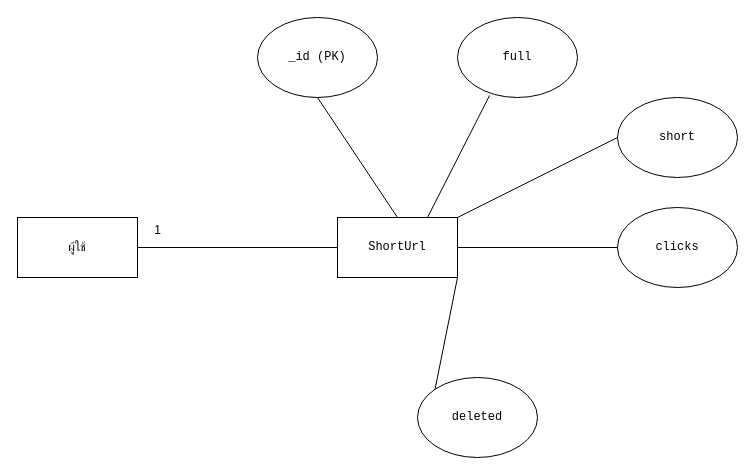
steamer2544/urlshortener keeps this draw.io diagram as Untitled Diagram.drawio. Above is the earlier version. Source tidied: cells renumbered, new cells numbered last; positions are measured from the earlier drawing's top-left corner, leaving out a move shared by most shapes. Both pictures are drawn from the tidied source at 100%, with x=0, y=0 at pixel (17, 17).
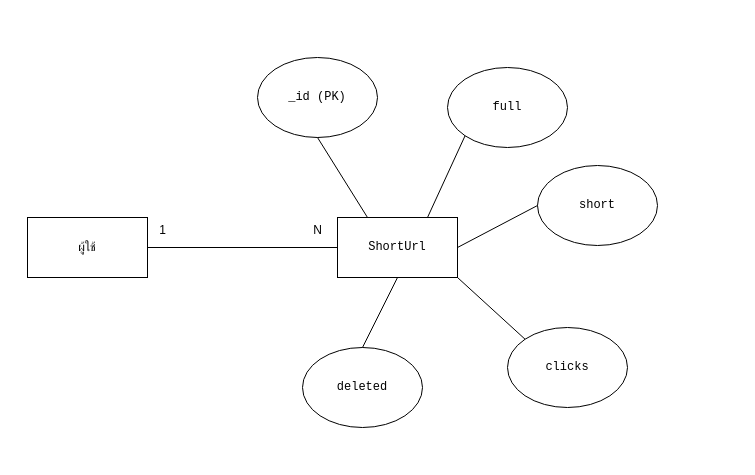
The same diagram, later.

What changed in the source:
```diff
@@
 <mxGraphModel>
   <root>
     <mxCell id="0" />
     <mxCell id="1" parent="0" />
     <mxCell id="2" value="ผู้ใช้" style="rounded=0;whiteSpace=wrap;html=1;" parent="1" vertex="1">
-      <mxGeometry y="200" width="120" height="60" as="geometry" />
+      <mxGeometry x="10" y="200" width="120" height="60" as="geometry" />
     </mxCell>
     <mxCell id="3" value="&lt;pre&gt;&lt;code class=&quot;!whitespace-pre hljs language-sql&quot;&gt;ShortUrl&lt;/code&gt;&lt;/pre&gt;" style="whiteSpace=wrap;html=1;rounded=0;" parent="1" vertex="1">
       <mxGeometry x="320" y="200" width="120" height="60" as="geometry" />
     </mxCell>
     <mxCell id="4" style="endArrow=none;html=1;rounded=0;exitX=1;exitY=0.5;exitDx=0;exitDy=0;entryX=0;entryY=0.5;entryDx=0;entryDy=0;" parent="1" edge="1" source="2" target="3">
       <mxGeometry relative="1" as="geometry" />
     </mxCell>
     <mxCell id="5" value="&lt;pre&gt;&lt;code class=&quot;!whitespace-pre hljs language-sql&quot;&gt;_id (PK)&lt;/code&gt;&lt;/pre&gt;" style="ellipse;whiteSpace=wrap;html=1;" parent="1" vertex="1">
-      <mxGeometry x="240" width="120" height="80" as="geometry" />
+      <mxGeometry x="240" y="40" width="120" height="80" as="geometry" />
     </mxCell>
-    <mxCell id="6" style="endArrow=none;html=1;rounded=0;entryX=0.5;entryY=1;entryDx=0;entryDy=0;exitX=0.5;exitY=0;exitDx=0;exitDy=0;" parent="1" edge="1" source="3" target="5">
+    <mxCell id="6" style="endArrow=none;html=1;rounded=0;entryX=0.5;entryY=1;entryDx=0;entryDy=0;exitX=0.25;exitY=0;exitDx=0;exitDy=0;" parent="1" edge="1" source="3" target="5">
       <mxGeometry relative="1" as="geometry" />
     </mxCell>
     <mxCell id="7" value="&lt;pre&gt;&lt;code class=&quot;!whitespace-pre hljs language-sql&quot;&gt;full&lt;/code&gt;&lt;/pre&gt;" style="ellipse;whiteSpace=wrap;html=1;" parent="1" vertex="1">
-      <mxGeometry x="440" width="120" height="80" as="geometry" />
+      <mxGeometry x="430" y="50" width="120" height="80" as="geometry" />
     </mxCell>
-    <mxCell id="8" style="endArrow=none;html=1;rounded=0;exitX=0.75;exitY=0;exitDx=0;exitDy=0;entryX=0.267;entryY=0.975;entryDx=0;entryDy=0;entryPerimeter=0;" parent="1" edge="1" source="3" target="7">
+    <mxCell id="8" style="endArrow=none;html=1;rounded=0;exitX=0.75;exitY=0;exitDx=0;exitDy=0;entryX=0;entryY=1;entryDx=0;entryDy=0;" parent="1" edge="1" source="3" target="7">
       <mxGeometry relative="1" as="geometry" />
     </mxCell>
     <mxCell id="9" value="&lt;pre&gt;&lt;code class=&quot;!whitespace-pre hljs language-sql&quot;&gt;short&lt;/code&gt;&lt;/pre&gt;" style="ellipse;whiteSpace=wrap;html=1;" parent="1" vertex="1">
-      <mxGeometry x="600" y="80" width="120" height="80" as="geometry" />
+      <mxGeometry x="520" y="148" width="120" height="80" as="geometry" />
     </mxCell>
-    <mxCell id="10" style="endArrow=none;html=1;rounded=0;exitX=1;exitY=0;exitDx=0;exitDy=0;entryX=0;entryY=0.5;entryDx=0;entryDy=0;" parent="1" edge="1" source="3" target="9">
+    <mxCell id="10" style="endArrow=none;html=1;rounded=0;exitX=1;exitY=0.5;exitDx=0;exitDy=0;entryX=0;entryY=0.5;entryDx=0;entryDy=0;" parent="1" edge="1" source="3" target="9">
       <mxGeometry relative="1" as="geometry" />
     </mxCell>
     <mxCell id="11" value="&lt;pre&gt;&lt;code class=&quot;!whitespace-pre hljs language-sql&quot;&gt;clicks&lt;/code&gt;&lt;/pre&gt;" style="ellipse;whiteSpace=wrap;html=1;" parent="1" vertex="1">
-      <mxGeometry x="600" y="190" width="120" height="80" as="geometry" />
+      <mxGeometry x="490" y="310" width="120" height="80" as="geometry" />
     </mxCell>
-    <mxCell id="12" style="endArrow=none;html=1;rounded=0;exitX=1;exitY=0.5;exitDx=0;exitDy=0;entryX=0;entryY=0.5;entryDx=0;entryDy=0;" parent="1" edge="1" source="3" target="11">
+    <mxCell id="12" style="endArrow=none;html=1;rounded=0;exitX=1;exitY=1;exitDx=0;exitDy=0;entryX=0;entryY=0;entryDx=0;entryDy=0;" parent="1" edge="1" source="3" target="11">
       <mxGeometry relative="1" as="geometry" />
     </mxCell>
     <mxCell id="13" value="&lt;pre&gt;&lt;code class=&quot;!whitespace-pre hljs language-sql&quot;&gt;deleted&lt;/code&gt;&lt;/pre&gt;" style="ellipse;whiteSpace=wrap;html=1;" parent="1" vertex="1">
-      <mxGeometry x="400" y="360" width="120" height="80" as="geometry" />
+      <mxGeometry x="285" y="330" width="120" height="80" as="geometry" />
     </mxCell>
-    <mxCell id="14" style="endArrow=none;html=1;rounded=0;exitX=1;exitY=1;exitDx=0;exitDy=0;entryX=0;entryY=0;entryDx=0;entryDy=0;" parent="1" edge="1" source="3" target="13">
+    <mxCell id="14" style="endArrow=none;html=1;rounded=0;exitX=0.5;exitY=1;exitDx=0;exitDy=0;entryX=0.5;entryY=0;entryDx=0;entryDy=0;" parent="1" edge="1" source="3" target="13">
       <mxGeometry relative="1" as="geometry" />
     </mxCell>
     <mxCell id="15" value="1" style="text;html=1;align=center;verticalAlign=middle;strokeColor=none;fillColor=none;" parent="1" vertex="1">
-      <mxGeometry x="125" y="198" width="30" height="30" as="geometry" />
+      <mxGeometry x="130" y="198" width="30" height="30" as="geometry" />
     </mxCell>
+    <mxCell id="16" value="N" style="text;html=1;align=center;verticalAlign=middle;strokeColor=none;fillColor=none;" parent="1" vertex="1">
+      <mxGeometry x="285" y="198" width="30" height="30" as="geometry" />
+    </mxCell>
   </root>
 </mxGraphModel>
```
